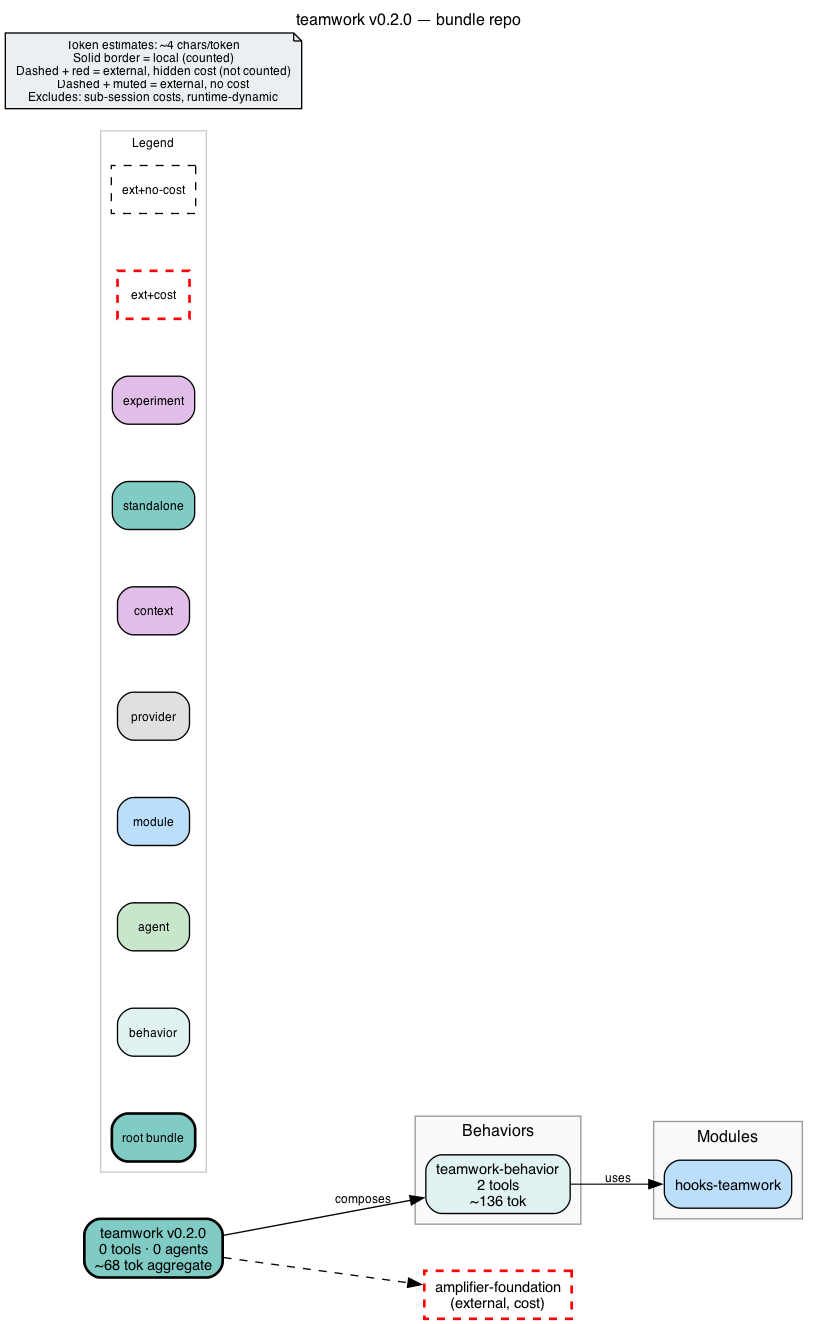
This is bundle.png from michaeljabbour/amplifier-bundle-teamwork, a Graphviz export, as it was before one commit. Its source is kept beside it as bundle.dot.
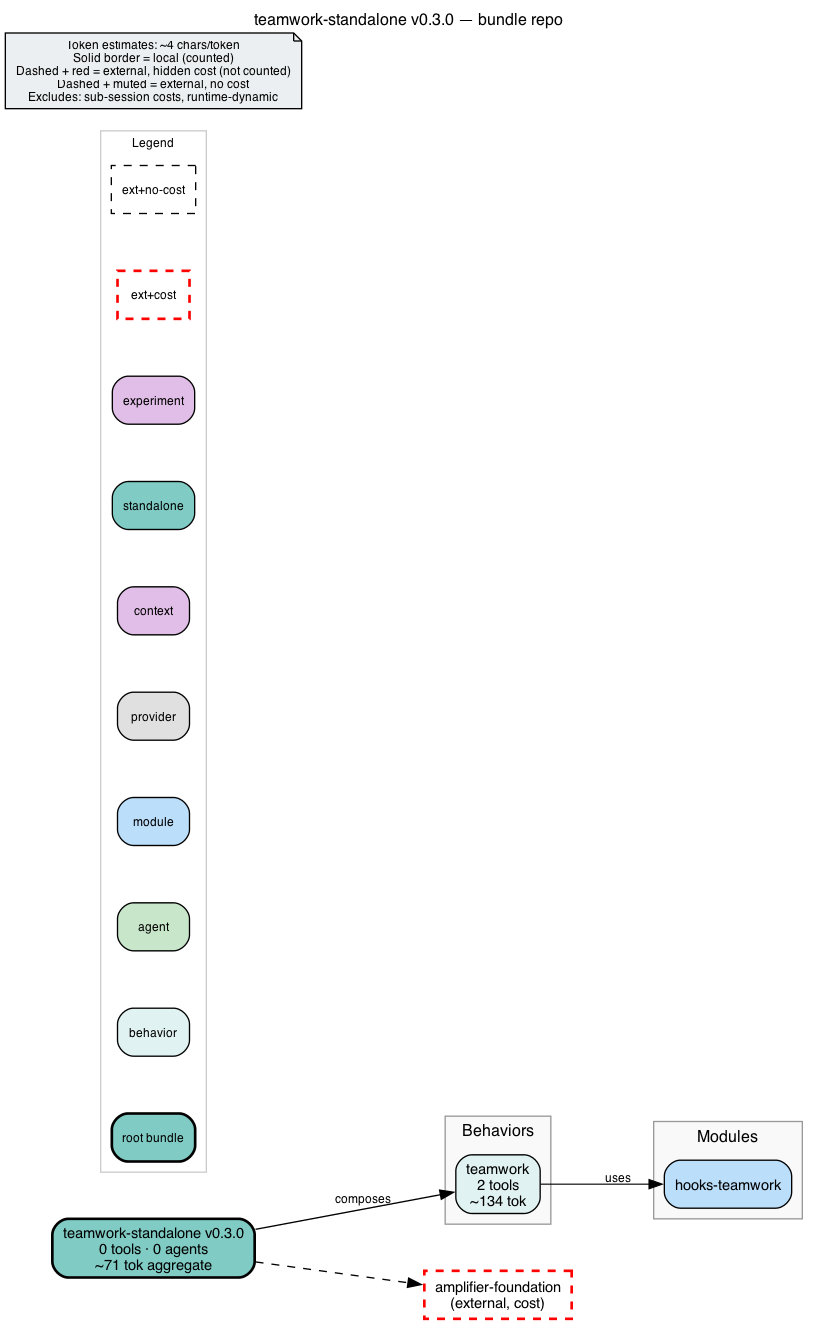
After the commit.

Commit message:
chore: install as "teamwork" (behavior shortname), README brought current

Diff of the diagram source:
```diff
@@ -1,19 +1,19 @@
-digraph teamwork {
+digraph teamwork_standalone {
     rankdir=LR
     fontname="Helvetica"
     fontsize=12
-    label="teamwork v0.2.0 — bundle repo"
+    label="teamwork-standalone v0.3.0 — bundle repo"
     labelloc=t
     labeljust=c
     nodesep=0.6
     ranksep=0.7
     bgcolor="white"
-    source_hash="eabf46aba12adbe35f74deaebe9bb8b220621fc80306348ffc8e11a454e85ce5"
+    source_hash="924d3d3b1adaec8e16d0bb4909327b8821f710ef4117e92448934773bf1b78e9"
 
     node [fontname="Helvetica", fontsize=11, style="filled,rounded"]
     edge [fontname="Helvetica", fontsize=9]
 
-    root_teamwork [label="teamwork v0.2.0\n0 tools · 0 agents\n~68 tok aggregate", shape=box, fillcolor="#80cbc4", style="filled,rounded,bold", penwidth=2]
+    root_teamwork_standalone [label="teamwork-standalone v0.3.0\n0 tools · 0 agents\n~71 tok aggregate", shape=box, fillcolor="#80cbc4", style="filled,rounded,bold", penwidth=2]
 
     subgraph cluster_behaviors {
         label="Behaviors"
@@ -21,7 +21,7 @@
         fillcolor="#f9f9f9"
         color="#999999"
 
-        beh_teamwork_behavior [label="teamwork-behavior\n2 tools\n~136 tok", shape=box, fillcolor="#e0f2f1", style="filled,rounded"]
+        beh_teamwork [label="teamwork\n2 tools\n~134 tok", shape=box, fillcolor="#e0f2f1", style="filled,rounded"]
     }
 
     subgraph cluster_modules {
@@ -56,7 +56,7 @@
 
     ext_githttps___github_com_microsoft_amplifier_foundation_main [label="amplifier-foundation\n(external, cost)", shape=box, fillcolor="#80cbc4", style="dashed", color="red", penwidth=2]
 
-    root_teamwork -> ext_githttps___github_com_microsoft_amplifier_foundation_main [style=dashed]
-    root_teamwork -> beh_teamwork_behavior [label="composes"]
-    beh_teamwork_behavior -> mod_hooks_teamwork [label="uses", penwidth=0.8]
+    root_teamwork_standalone -> ext_githttps___github_com_microsoft_amplifier_foundation_main [style=dashed]
+    root_teamwork_standalone -> beh_teamwork [label="composes"]
+    beh_teamwork -> mod_hooks_teamwork [label="uses", penwidth=0.8]
 }
```
